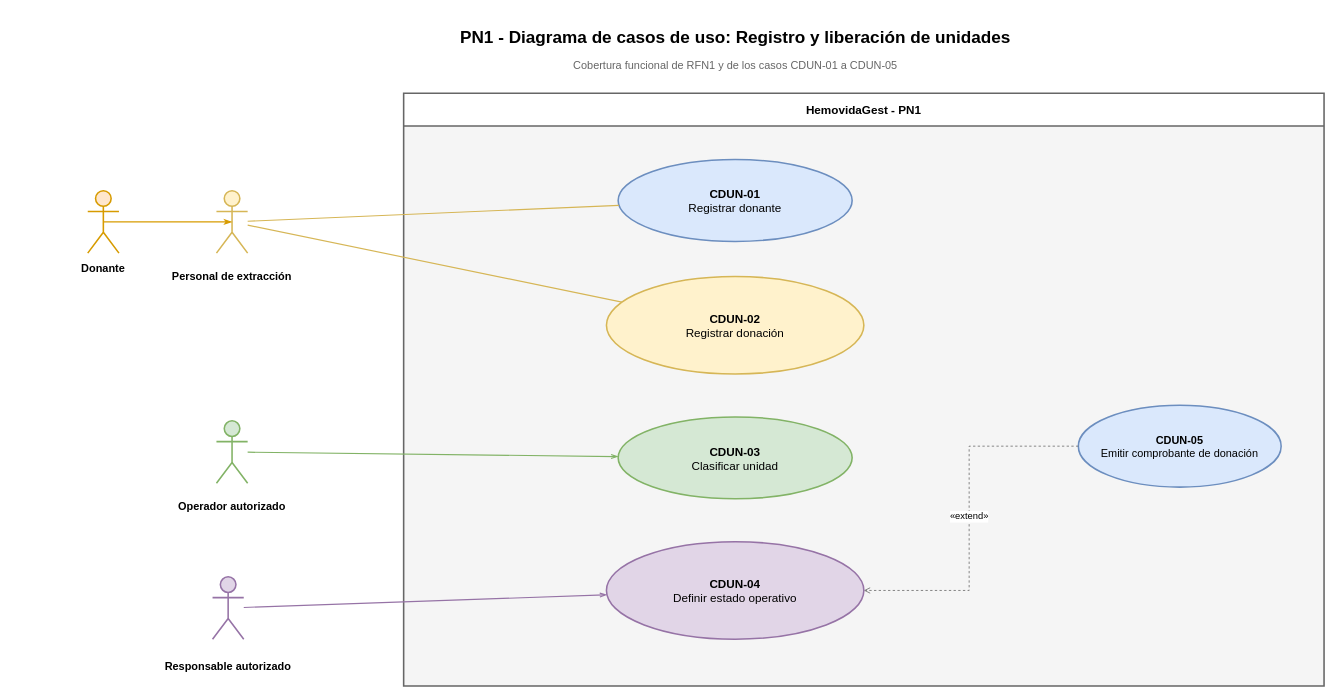
Earlier version of the draw.io diagram Diagramas/Secuencia de Roles/PN1_DiagramaCasosDeUso.drawio (juanNH/Ingenieria-de-Software). Source tidied: cells renumbered, new cells numbered last; positions are measured from the earlier drawing's top-left corner, leaving out a move shared by most shapes. Both pictures are drawn from the tidied source at 78%, with x=0, y=0 at pixel (13, 21).
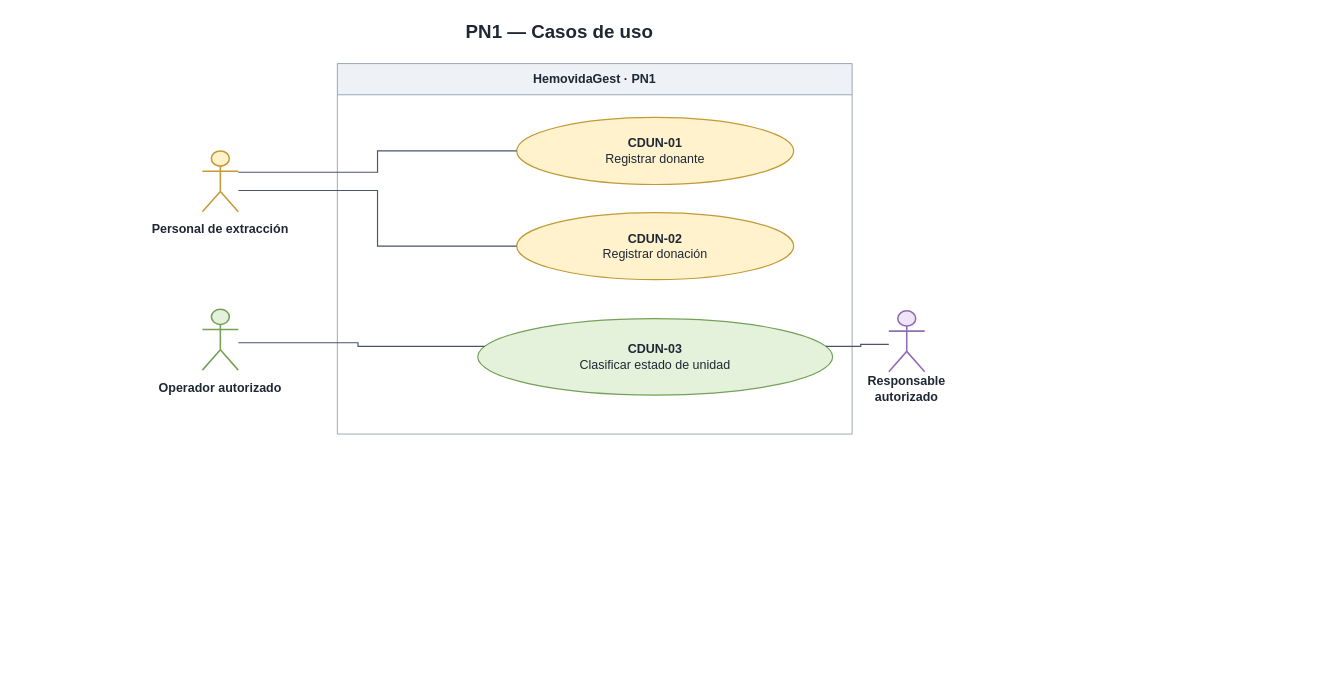
The same page after the edit.

The edit, as a diff of the source:
```diff
@@
-    <mxCell id="2" value="PN1 - Diagrama de casos de uso: Registro y liberación de unidades" style="text;html=1;strokeColor=none;fillColor=none;fontStyle=1;fontSize=22;align=center;verticalAlign=middle;fontFamily=Arial;" parent="1" vertex="1">
-      <mxGeometry x="295" width="1260" height="42" as="geometry" />
+    <mxCell id="2" value="PN1 — Casos de uso" style="html=1;whiteSpace=wrap;fontFamily=Arial;fontSize=16;fontColor=#202734;text;strokeColor=none;fillColor=none;align=center;verticalAlign=middle;fontSize=24;fontStyle=1;" parent="1" vertex="1">
+      <mxGeometry x="143" y="-10" width="1114" height="48" as="geometry" />
     </mxCell>
-    <mxCell id="3" value="Cobertura funcional de RFN1 y de los casos CDUN-01 a CDUN-05" style="text;html=1;strokeColor=none;fillColor=none;fontSize=14;align=center;verticalAlign=middle;fontColor=#666666;fontFamily=Arial;" parent="1" vertex="1">
-      <mxGeometry x="475" y="42" width="900" height="28" as="geometry" />
-    </mxCell>
-    <mxCell id="4" value="HemovidaGest - PN1" style="swimlane;horizontal=1;startSize=42;whiteSpace=wrap;html=1;rounded=0;fillColor=none;swimlaneFillColor=#f5f5f5;strokeColor=#666666;strokeWidth=2;fontStyle=1;fontSize=15;fontFamily=Arial;align=center;verticalAlign=middle;" parent="1" vertex="1">
-      <mxGeometry x="500" y="92" width="1180" height="760" as="geometry" />
+    <mxCell id="4" value="&lt;b&gt;HemovidaGest · PN1&lt;/b&gt;" style="swimlane;horizontal=1;startSize=40;fillColor=#eef1f5;swimlaneFillColor=#ffffff;strokeColor=#8291a3;html=1;whiteSpace=wrap;fontFamily=Arial;fontSize=16;fontColor=#202734;" parent="1" vertex="1">
+      <mxGeometry x="415" y="54" width="660" height="475" as="geometry" />
     </mxCell>
-    <mxCell id="5" value="&lt;b&gt;CDUN-01&lt;/b&gt;&lt;br&gt;Registrar donante" style="ellipse;whiteSpace=wrap;html=1;fillColor=#dae8fc;strokeColor=#6c8ebf;strokeWidth=2;fontSize=15;fontFamily=Arial;align=center;verticalAlign=middle;" parent="1" vertex="1">
-      <mxGeometry x="775" y="177" width="300" height="105" as="geometry" />
+    <mxCell id="5" value="&lt;b&gt;CDUN-01&lt;/b&gt;&lt;br&gt;Registrar donante" style="html=1;whiteSpace=wrap;fontFamily=Arial;fontSize=16;fontColor=#202734;rounded=1;arcSize=14;strokeWidth=1.5;align=center;verticalAlign=middle;fillColor=#fff2cc;strokeColor=#c39a36;ellipse;perimeter=ellipsePerimeter;rounded=0;" parent="1" vertex="1">
+      <mxGeometry x="645" y="123" width="355" height="86" as="geometry" />
     </mxCell>
-    <mxCell id="6" value="&lt;b&gt;CDUN-02&lt;/b&gt;&lt;br&gt;Registrar donación" style="ellipse;whiteSpace=wrap;html=1;fillColor=#fff2cc;strokeColor=#d6b656;strokeWidth=2;fontSize=15;fontFamily=Arial;align=center;verticalAlign=middle;" parent="1" vertex="1">
-      <mxGeometry x="760" y="327" width="330" height="125" as="geometry" />
+    <mxCell id="6" value="&lt;b&gt;CDUN-02&lt;/b&gt;&lt;br&gt;Registrar donación" style="html=1;whiteSpace=wrap;fontFamily=Arial;fontSize=16;fontColor=#202734;rounded=1;arcSize=14;strokeWidth=1.5;align=center;verticalAlign=middle;fillColor=#fff2cc;strokeColor=#c39a36;ellipse;perimeter=ellipsePerimeter;rounded=0;" parent="1" vertex="1">
+      <mxGeometry x="645" y="245" width="355" height="86" as="geometry" />
     </mxCell>
-    <mxCell id="7" value="&lt;b&gt;CDUN-03&lt;/b&gt;&lt;br&gt;Clasificar unidad" style="ellipse;whiteSpace=wrap;html=1;fillColor=#d5e8d4;strokeColor=#82b366;strokeWidth=2;fontSize=15;fontFamily=Arial;align=center;verticalAlign=middle;" parent="1" vertex="1">
-      <mxGeometry x="775" y="507" width="300" height="105" as="geometry" />
-    </mxCell>
-    <mxCell id="8" value="&lt;b&gt;CDUN-04&lt;/b&gt;&lt;br&gt;Definir estado operativo" style="ellipse;whiteSpace=wrap;html=1;fillColor=#e1d5e7;strokeColor=#9673a6;strokeWidth=2;fontSize=15;fontFamily=Arial;align=center;verticalAlign=middle;" parent="1" vertex="1">
-      <mxGeometry x="760" y="667" width="330" height="125" as="geometry" />
-    </mxCell>
-    <mxCell id="9" style="shape=umlActor;html=1;fillColor=#ffe6cc;strokeColor=#d79b00;strokeWidth=2;" parent="1" vertex="1">
-      <mxGeometry x="95" y="217" width="40" height="80" as="geometry" />
-    </mxCell>
-    <mxCell id="10" value="&lt;b&gt;Donante&lt;/b&gt;" style="text;html=1;strokeColor=none;fillColor=none;fontSize=14;fontFamily=Arial;align=center;verticalAlign=top;whiteSpace=wrap;" parent="1" vertex="1">
-      <mxGeometry y="302" width="230" height="40" as="geometry" />
-    </mxCell>
-    <mxCell id="11" style="shape=umlActor;html=1;fillColor=#fff2cc;strokeColor=#d6b656;strokeWidth=2;" parent="1" vertex="1">
-      <mxGeometry x="260" y="217" width="40" height="80" as="geometry" />
-    </mxCell>
+    <mxCell id="24" value="&lt;b&gt;CDUN-03&lt;/b&gt;&lt;br&gt;Clasificar estado de unidad" style="html=1;whiteSpace=wrap;fontFamily=Arial;fontSize=16;fontColor=#202734;rounded=1;arcSize=14;strokeWidth=1.5;align=center;verticalAlign=middle;fillColor=#e4f2dc;strokeColor=#74a157;ellipse;perimeter=ellipsePerimeter;rounded=0;" parent="1" vertex="1">
+      <mxGeometry x="595" y="381" width="455" height="98" as="geometry" />
+    </mxCell>
+    <mxCell id="25" style="shape=umlActor;html=1;strokeWidth=2;fillColor=#fff2cc;strokeColor=#c39a36;" parent="1" vertex="1">
+      <mxGeometry x="242" y="166" width="46" height="78" as="geometry" />
+    </mxCell>
-    <mxCell id="12" value="&lt;b&gt;Personal de extracción&lt;/b&gt;" style="text;html=1;strokeColor=none;fillColor=none;fontSize=14;fontFamily=Arial;align=center;verticalAlign=top;whiteSpace=wrap;" parent="1" vertex="1">
-      <mxGeometry x="150" y="312" width="260" height="40" as="geometry" />
+    <mxCell id="12" value="&lt;b&gt;Personal de extracción&lt;/b&gt;" style="html=1;whiteSpace=wrap;fontFamily=Arial;fontSize=16;fontColor=#202734;text;strokeColor=none;fillColor=none;align=center;verticalAlign=middle;" parent="1" vertex="1">
+      <mxGeometry x="155" y="246" width="220" height="40" as="geometry" />
     </mxCell>
-    <mxCell id="13" style="shape=umlActor;html=1;fillColor=#d5e8d4;strokeColor=#82b366;strokeWidth=2;" parent="1" vertex="1">
-      <mxGeometry x="260" y="512" width="40" height="80" as="geometry" />
-    </mxCell>
+    <mxCell id="26" style="shape=umlActor;html=1;strokeWidth=2;fillColor=#e4f2dc;strokeColor=#74a157;" parent="1" vertex="1">
+      <mxGeometry x="242" y="369" width="46" height="78" as="geometry" />
+    </mxCell>
-    <mxCell id="14" value="&lt;b&gt;Operador autorizado&lt;/b&gt;" style="text;html=1;strokeColor=none;fillColor=none;fontSize=14;fontFamily=Arial;align=center;verticalAlign=top;whiteSpace=wrap;" parent="1" vertex="1">
-      <mxGeometry x="150" y="607" width="260" height="40" as="geometry" />
+    <mxCell id="14" value="&lt;b&gt;Operador autorizado&lt;/b&gt;" style="html=1;whiteSpace=wrap;fontFamily=Arial;fontSize=16;fontColor=#202734;text;strokeColor=none;fillColor=none;align=center;verticalAlign=middle;" parent="1" vertex="1">
+      <mxGeometry x="155" y="449" width="220" height="40" as="geometry" />
     </mxCell>
-    <mxCell id="15" style="shape=umlActor;html=1;fillColor=#e1d5e7;strokeColor=#9673a6;strokeWidth=2;" parent="1" vertex="1">
-      <mxGeometry x="255" y="712" width="40" height="80" as="geometry" />
-    </mxCell>
+    <mxCell id="27" style="shape=umlActor;html=1;strokeWidth=2;fillColor=#efe5f7;strokeColor=#906db4;" parent="1" vertex="1">
+      <mxGeometry x="1122" y="371" width="46" height="78" as="geometry" />
+    </mxCell>
-    <mxCell id="16" value="&lt;b&gt;Responsable autorizado&lt;/b&gt;" style="text;html=1;strokeColor=none;fillColor=none;fontSize=14;fontFamily=Arial;align=center;verticalAlign=top;whiteSpace=wrap;" parent="1" vertex="1">
-      <mxGeometry x="135" y="812" width="280" height="40" as="geometry" />
+    <mxCell id="16" value="&lt;b&gt;Responsable autorizado&lt;/b&gt;" style="html=1;whiteSpace=wrap;fontFamily=Arial;fontSize=16;fontColor=#202734;text;strokeColor=none;fillColor=none;align=center;verticalAlign=middle;" parent="1" vertex="1">
+      <mxGeometry x="1053" y="451" width="184" height="40" as="geometry" />
     </mxCell>
-    <mxCell id="17" style="rounded=0;html=1;endArrow=classicThin;strokeColor=#d79b00;strokeWidth=1.5;exitX=0.5;exitY=0.5;entryX=0.5;entryY=0.5;entryDx=0;entryDy=0;entryPerimeter=0;exitDx=0;exitDy=0;exitPerimeter=0;endFill=1;" parent="1" edge="1" source="9" target="11">
-      <mxGeometry relative="1" as="geometry" />
-    </mxCell>
-    <mxCell id="18" style="rounded=0;html=1;endArrow=none;strokeColor=#d6b656;strokeWidth=1.5;" parent="1" edge="1" source="11" target="5">
-      <mxGeometry relative="1" as="geometry" />
-    </mxCell>
-    <mxCell id="19" style="rounded=0;html=1;endArrow=none;strokeColor=#d6b656;strokeWidth=1.5;" parent="1" edge="1" source="11" target="6">
-      <mxGeometry relative="1" as="geometry" />
-    </mxCell>
-    <mxCell id="20" style="rounded=0;html=1;endArrow=openThin;strokeColor=#82b366;strokeWidth=1.5;endFill=0;" parent="1" edge="1" source="13" target="7">
-      <mxGeometry relative="1" as="geometry" />
-    </mxCell>
-    <mxCell id="21" style="rounded=0;html=1;endArrow=openThin;strokeColor=#9673a6;strokeWidth=1.5;endFill=0;" parent="1" edge="1" source="15" target="8">
-      <mxGeometry relative="1" as="geometry" />
-    </mxCell>
-    <mxCell id="22" value="&lt;b&gt;CDUN-05&lt;/b&gt;&lt;br&gt;Emitir comprobante de donación" style="ellipse;whiteSpace=wrap;html=1;fillColor=#dae8fc;strokeColor=#6c8ebf;strokeWidth=2;fontSize=14;" parent="1" vertex="1">
-      <mxGeometry x="1365" y="492" width="260" height="105" as="geometry" />
-    </mxCell>
-    <mxCell id="23" value="«extend»" style="edgeStyle=orthogonalEdgeStyle;rounded=0;html=1;endArrow=open;dashed=1;fontSize=12;strokeColor=#666666;exitX=0;exitY=0.5;entryX=1;entryY=0.5;" parent="1" edge="1" source="22" target="8">
-      <mxGeometry relative="1" as="geometry">
-        <Array as="points">
-          <mxPoint x="1225" y="544" />
-          <mxPoint x="1225" y="730" />
-        </Array>
-      </mxGeometry>
-    </mxCell>
+    <mxCell id="28" style="html=1;whiteSpace=wrap;fontFamily=Arial;fontSize=16;fontColor=#202734;edgeStyle=orthogonalEdgeStyle;rounded=0;endArrow=block;endFill=1;strokeColor=#495669;strokeWidth=1.5;fontSize=14;labelBackgroundColor=#ffffff;endArrow=none;exitX=1;exitY=0.35;entryX=0;entryY=0.5;" parent="1" edge="1" source="25" target="5">
+      <mxGeometry relative="1" as="geometry" />
+    </mxCell>
+    <mxCell id="29" style="html=1;whiteSpace=wrap;fontFamily=Arial;fontSize=16;fontColor=#202734;edgeStyle=orthogonalEdgeStyle;rounded=0;endArrow=block;endFill=1;strokeColor=#495669;strokeWidth=1.5;fontSize=14;labelBackgroundColor=#ffffff;endArrow=none;exitX=1;exitY=0.65;entryX=0;entryY=0.5;" parent="1" edge="1" source="25" target="6">
+      <mxGeometry relative="1" as="geometry" />
+    </mxCell>
+    <mxCell id="30" style="html=1;whiteSpace=wrap;fontFamily=Arial;fontSize=16;fontColor=#202734;edgeStyle=orthogonalEdgeStyle;rounded=0;endArrow=block;endFill=1;strokeColor=#495669;strokeWidth=1.5;fontSize=14;labelBackgroundColor=#ffffff;endArrow=none;exitX=1;exitY=0.55;entryX=0;entryY=0.35;" parent="1" edge="1" source="26" target="24">
+      <mxGeometry relative="1" as="geometry" />
+    </mxCell>
+    <mxCell id="31" style="html=1;whiteSpace=wrap;fontFamily=Arial;fontSize=16;fontColor=#202734;edgeStyle=orthogonalEdgeStyle;rounded=0;endArrow=block;endFill=1;strokeColor=#495669;strokeWidth=1.5;fontSize=14;labelBackgroundColor=#ffffff;endArrow=none;exitX=0;exitY=0.55;entryX=1;entryY=0.35;" parent="1" edge="1" source="27" target="24">
+      <mxGeometry relative="1" as="geometry" />
+    </mxCell>
```
